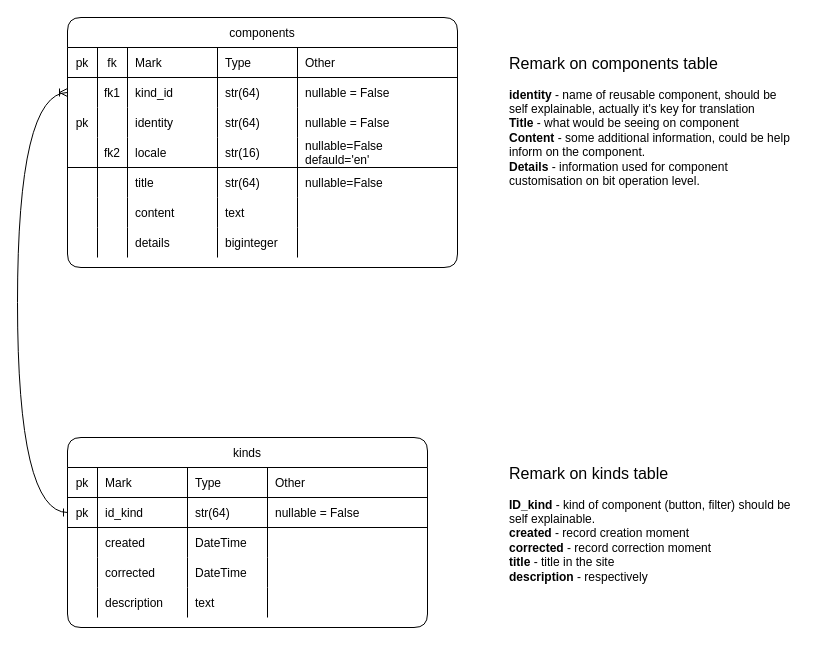
Earlier version of the draw.io diagram page "components table" (3 of 10) of market-coffee.drawio (Sergey190309/220415-market-caffee). Source tidied: cells renumbered, new cells numbered last; positions are measured from the earlier drawing's top-left corner, leaving out a move shared by most shapes. Both pictures are drawn from the tidied source at 100%, with x=0, y=0 at pixel (17, 17).
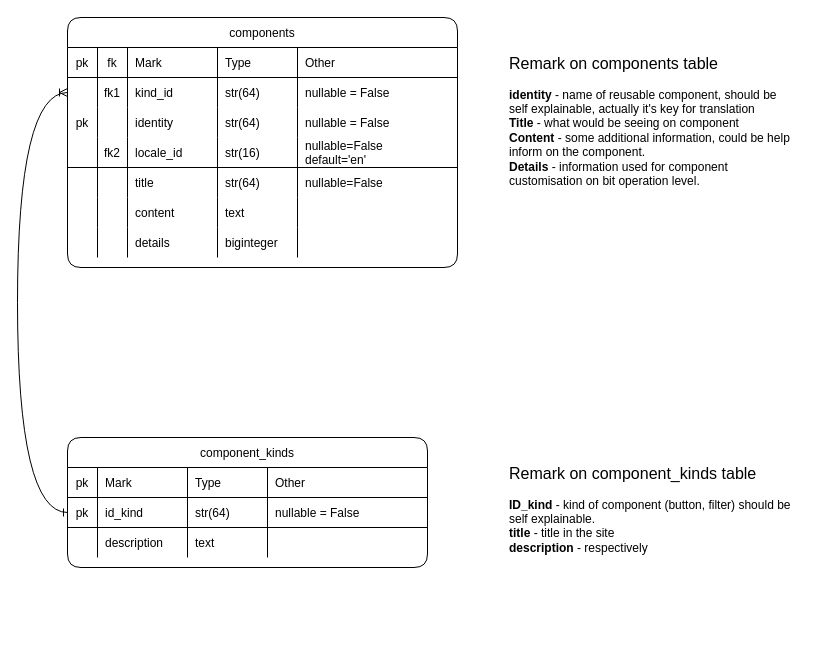
The same page after the edit.

Unchanged cells that the change refers to:
```xml
<mxCell id="21" style="shape=partialRectangle;fillColor=none;top=0;left=0;bottom=1;right=0;fontStyle=5;rounded=1;" parent="2" vertex="1">
  <mxGeometry y="120" width="390" height="30" as="geometry" />
</mxCell>
```

What changed in the source:
```diff
@@
-    <mxCell id="24" value="locale" style="shape=partialRectangle;fillColor=none;top=0;left=0;bottom=0;right=0;align=left;spacingLeft=6;fontStyle=0;overflow=hidden;rounded=1;" parent="21" vertex="1">
+    <mxCell id="24" value="locale_id" style="shape=partialRectangle;fillColor=none;top=0;left=0;bottom=0;right=0;align=left;spacingLeft=6;fontStyle=0;overflow=hidden;rounded=1;" parent="21" vertex="1">
       <mxGeometry x="60" width="90" height="30" as="geometry" />
     </mxCell>
@@
-    <mxCell id="26" value="nullable=False&#10;defauld='en'" style="shape=partialRectangle;fillColor=none;top=0;left=0;bottom=0;right=0;align=left;spacingLeft=6;fontStyle=0;overflow=hidden;rounded=1;" parent="21" vertex="1">
+    <mxCell id="26" value="nullable=False&#10;default='en'" style="shape=partialRectangle;fillColor=none;top=0;left=0;bottom=0;right=0;align=left;spacingLeft=6;fontStyle=0;overflow=hidden;rounded=1;" parent="21" vertex="1">
       <mxGeometry x="230" width="160" height="30" as="geometry" />
     </mxCell>
@@
-    <mxCell id="45" value="kinds" style="shape=table;startSize=30;childLayout=tableLayout;rowLines=0;fontStyle=0;align=center;shadow=0;labelBackgroundColor=none;strokeWidth=1;fontColor=#000000;rounded=1;" parent="1" vertex="1">
-      <mxGeometry x="50" y="420" width="360" height="190" as="geometry" />
+    <mxCell id="45" value="component_kinds" style="shape=table;startSize=30;childLayout=tableLayout;rowLines=0;fontStyle=0;align=center;shadow=0;labelBackgroundColor=none;strokeWidth=1;fontColor=#000000;rounded=1;" parent="1" vertex="1">
+      <mxGeometry x="50" y="420" width="360" height="130" as="geometry" />
     </mxCell>
@@
-    <mxCell id="56" style="shape=partialRectangle;fillColor=none;top=0;left=0;bottom=0;right=0;rounded=1;" parent="45" vertex="1">
-      <mxGeometry y="90" width="360" height="30" as="geometry" />
-    </mxCell>
-    <mxCell id="57" style="shape=partialRectangle;fillColor=none;top=0;left=0;bottom=0;right=0;overflow=hidden;rounded=1;" parent="56" vertex="1">
-      <mxGeometry width="30" height="30" as="geometry" />
-    </mxCell>
-    <mxCell id="58" value="created" style="shape=partialRectangle;fillColor=none;top=0;left=0;bottom=0;right=0;align=left;spacingLeft=6;overflow=hidden;rounded=1;" parent="56" vertex="1">
-      <mxGeometry x="30" width="90" height="30" as="geometry" />
-    </mxCell>
-    <mxCell id="59" value="DateTime" style="shape=partialRectangle;fillColor=none;top=0;left=0;bottom=0;right=0;align=left;spacingLeft=6;overflow=hidden;rounded=1;" parent="56" vertex="1">
-      <mxGeometry x="120" width="80" height="30" as="geometry" />
-    </mxCell>
-    <mxCell id="60" style="shape=partialRectangle;fillColor=none;top=0;left=0;bottom=0;right=0;align=left;spacingLeft=6;overflow=hidden;rounded=1;" parent="56" vertex="1">
-      <mxGeometry x="200" width="160" height="30" as="geometry" />
-    </mxCell>
-    <mxCell id="61" style="shape=partialRectangle;fillColor=none;top=0;left=0;bottom=0;right=0;rounded=1;" parent="45" vertex="1">
-      <mxGeometry y="120" width="360" height="30" as="geometry" />
-    </mxCell>
-    <mxCell id="62" style="shape=partialRectangle;fillColor=none;top=0;left=0;bottom=0;right=0;overflow=hidden;rounded=1;" parent="61" vertex="1">
-      <mxGeometry width="30" height="30" as="geometry" />
-    </mxCell>
-    <mxCell id="63" value="corrected" style="shape=partialRectangle;fillColor=none;top=0;left=0;bottom=0;right=0;align=left;spacingLeft=6;overflow=hidden;rounded=1;" parent="61" vertex="1">
-      <mxGeometry x="30" width="90" height="30" as="geometry" />
-    </mxCell>
-    <mxCell id="64" value="DateTime" style="shape=partialRectangle;fillColor=none;top=0;left=0;bottom=0;right=0;align=left;spacingLeft=6;overflow=hidden;rounded=1;" parent="61" vertex="1">
-      <mxGeometry x="120" width="80" height="30" as="geometry" />
-    </mxCell>
-    <mxCell id="65" style="shape=partialRectangle;fillColor=none;top=0;left=0;bottom=0;right=0;align=left;spacingLeft=6;overflow=hidden;rounded=1;" parent="61" vertex="1">
-      <mxGeometry x="200" width="160" height="30" as="geometry" />
-    </mxCell>
     <mxCell id="66" style="shape=partialRectangle;fillColor=none;top=0;left=0;bottom=0;right=0;rounded=1;" parent="45" vertex="1">
-      <mxGeometry y="150" width="360" height="30" as="geometry" />
+      <mxGeometry y="90" width="360" height="30" as="geometry" />
     </mxCell>
@@
-    <mxCell id="73" value="&lt;font style=&quot;font-size: 16px&quot;&gt;Remark on&amp;nbsp;&lt;span style=&quot;text-align: center&quot;&gt;kinds&lt;/span&gt;&amp;nbsp;table&lt;/font&gt;&lt;br&gt;&lt;font style=&quot;font-size: 12px&quot;&gt;&lt;br&gt;&lt;b&gt;ID_kind&amp;nbsp;&lt;/b&gt;- kind of component (button, filter) should be self explainable.&lt;br&gt;&lt;b&gt;created&lt;/b&gt;&amp;nbsp;- record creation moment&lt;br&gt;&lt;b&gt;corrected&lt;/b&gt; - record correction moment&lt;br&gt;&lt;b&gt;title&lt;/b&gt; - title in the site&lt;br&gt;&lt;b&gt;description&lt;/b&gt; - respectively&lt;br&gt;&lt;/font&gt;" style="text;html=1;strokeColor=none;fillColor=none;align=left;verticalAlign=top;whiteSpace=wrap;overflow=hidden;fontSize=12;spacingTop=0;" parent="71" vertex="1">
+    <mxCell id="73" value="&lt;font style=&quot;font-size: 16px&quot;&gt;Remark on&amp;nbsp;&lt;span style=&quot;text-align: center&quot;&gt;component_kinds&lt;/span&gt;&amp;nbsp;table&lt;/font&gt;&lt;br&gt;&lt;font style=&quot;font-size: 12px&quot;&gt;&lt;br&gt;&lt;b&gt;ID_kind&amp;nbsp;&lt;/b&gt;- kind of component (button, filter) should be self explainable.&lt;br&gt;&lt;b&gt;title&lt;/b&gt; - title in the site&lt;br&gt;&lt;b&gt;description&lt;/b&gt; - respectively&lt;br&gt;&lt;/font&gt;" style="text;html=1;strokeColor=none;fillColor=none;align=left;verticalAlign=top;whiteSpace=wrap;overflow=hidden;fontSize=12;spacingTop=0;" parent="71" vertex="1">
       <mxGeometry x="490" y="440" width="290" height="130" as="geometry" />
     </mxCell>
```
